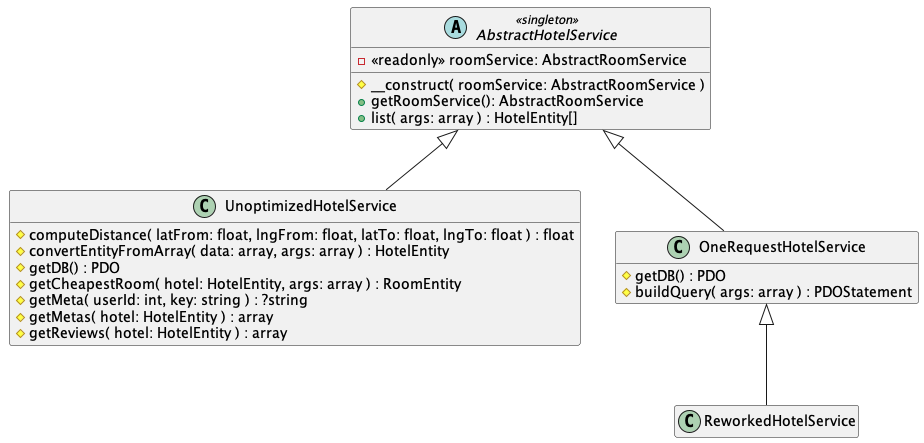
This is docs/assets/reworked_request_service_class.png from ralixt/tp-performances-backend, a PlantUML export, as it was before one commit. The source it was exported from:
```plantuml
@startuml reworked-request-service-class

hide empty attributes
hide empty methods

abstract class AbstractHotelService <<singleton>> {
  - <<readonly>> roomService: AbstractRoomService

  # __construct( roomService: AbstractRoomService )
  + getRoomService(): AbstractRoomService
  + list( args: array ) : HotelEntity[]
}

class UnoptimizedHotelService extends AbstractHotelService {
  # computeDistance( latFrom: float, lngFrom: float, latTo: float, lngTo: float ) : float
  # convertEntityFromArray( data: array, args: array ) : HotelEntity
  # getDB() : PDO
  # getCheapestRoom( hotel: HotelEntity, args: array ) : RoomEntity
  # getMeta( userId: int, key: string ) : ?string
  # getMetas( hotel: HotelEntity ) : array
  # getReviews( hotel: HotelEntity ) : array
}

class OneRequestHotelService extends AbstractHotelService {
  # getDB() : PDO
  # buildQuery( args: array ) : PDOStatement
}

class ReworkedHotelService extends OneRequestHotelService {

}
@enduml
```
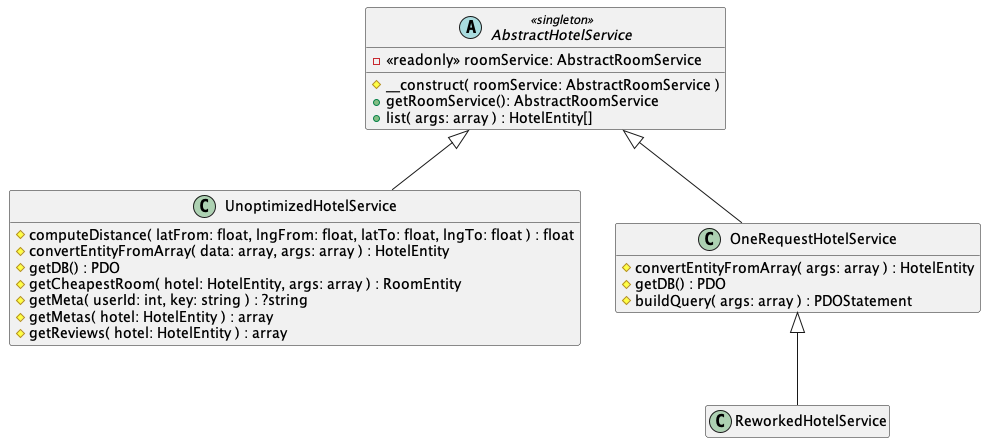
Later version of the same file.

Change to the diagram source:
```diff
@@ -22,6 +22,7 @@
 }
 
 class OneRequestHotelService extends AbstractHotelService {
+  # convertEntityFromArray( args: array ) : HotelEntity
   # getDB() : PDO
   # buildQuery( args: array ) : PDOStatement
 }
```
